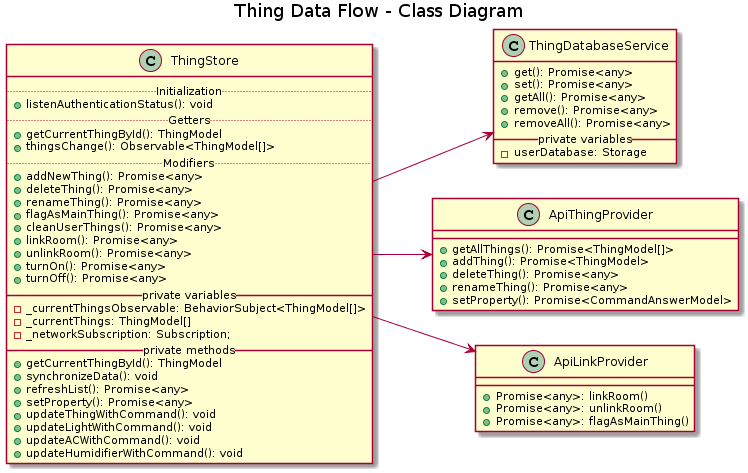
Above: figures/diagrams/front/data-flow/thing.png in Kadaiser/Memoria-de-Trabajo-de-Fin-de-Grado (PlantUML), before the change. Source of this version:
```plantuml
@startuml
left to right direction

title Thing Data Flow - Class Diagram

class ThingStore {
  .. Initialization ..
  + listenAuthenticationStatus(): void
  .. Getters ..
  + getCurrentThingById(): ThingModel
  + thingsChange(): Observable<ThingModel[]>
  .. Modifiers ..
  + addNewThing(): Promise<any>
  + deleteThing(): Promise<any>
  + renameThing(): Promise<any>
  + flagAsMainThing(): Promise<any>
  + cleanUserThings(): Promise<any>
  + linkRoom(): Promise<any>
  + unlinkRoom(): Promise<any>
  + turnOn(): Promise<any>
  + turnOff(): Promise<any>
  __ private variables __
  - _currentThingsObservable: BehaviorSubject<ThingModel[]>
  - _currentThings: ThingModel[]
  - _networkSubscription: Subscription;
  __ private methods __
  + getCurrentThingById(): ThingModel
  + synchronizeData(): void
  + refreshList(): Promise<any>
  + setProperty(): Promise<any>
  + updateThingWithCommand(): void
  + updateLightWithCommand(): void
  + updateACWithCommand(): void
  + updateHumidifierWithCommand(): void
}

class ThingDatabaseService {
  + get(): Promise<any>
  + set(): Promise<any>
  + getAll(): Promise<any>
  + remove(): Promise<any>
  + removeAll(): Promise<any>
  __ private variables __
  - userDatabase: Storage
}

class ApiThingProvider {
  + getAllThings(): Promise<ThingModel[]>
  + addThing(): Promise<ThingModel>
  + deleteThing(): Promise<any>
  + renameThing(): Promise<any>
  + setProperty(): Promise<CommandAnswerModel>
}

class ApiLinkProvider {
  +Promise<any>: linkRoom()
  +Promise<any>: unlinkRoom()
  +Promise<any>: flagAsMainThing()
}

ThingStore -down-> ThingDatabaseService
ThingStore -down-> ApiThingProvider
ThingStore -down-> ApiLinkProvider
@enduml
```
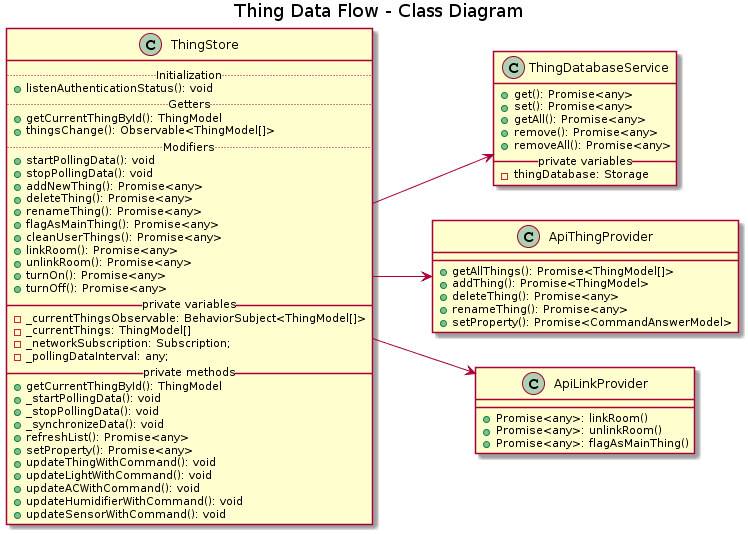
Later version of the same file.

What changed in the source:
```diff
@@ -10,6 +10,8 @@
   + getCurrentThingById(): ThingModel
   + thingsChange(): Observable<ThingModel[]>
   .. Modifiers ..
+  + startPollingData(): void
+  + stopPollingData(): void
   + addNewThing(): Promise<any>
   + deleteThing(): Promise<any>
   + renameThing(): Promise<any>
@@ -23,15 +25,19 @@
   - _currentThingsObservable: BehaviorSubject<ThingModel[]>
   - _currentThings: ThingModel[]
   - _networkSubscription: Subscription;
+  - _pollingDataInterval: any;
   __ private methods __
   + getCurrentThingById(): ThingModel
-  + synchronizeData(): void
+  + _startPollingData(): void
+  + _stopPollingData(): void
+  + _synchronizeData(): void
   + refreshList(): Promise<any>
   + setProperty(): Promise<any>
   + updateThingWithCommand(): void
   + updateLightWithCommand(): void
   + updateACWithCommand(): void
   + updateHumidifierWithCommand(): void
+  + updateSensorWithCommand(): void
 }
 
 class ThingDatabaseService {
@@ -41,7 +47,7 @@
   + remove(): Promise<any>
   + removeAll(): Promise<any>
   __ private variables __
-  - userDatabase: Storage
+  - thingDatabase: Storage
 }
 
 class ApiThingProvider {
```
